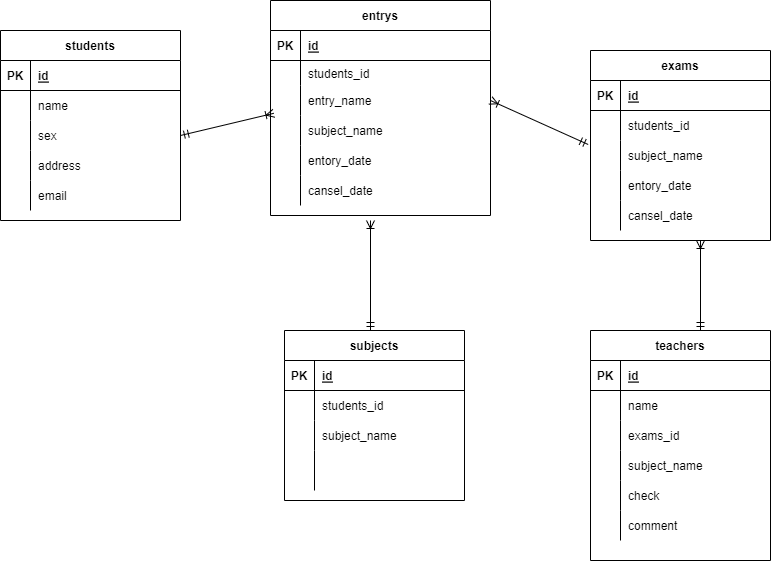
Above: index.drawio.png in yuuseijuri/20220804ozawa (draw.io), before the change. Source tidied: cells renumbered, new cells last; positions are measured from the earlier drawing's top-left corner, leaving out a move shared by most shapes.
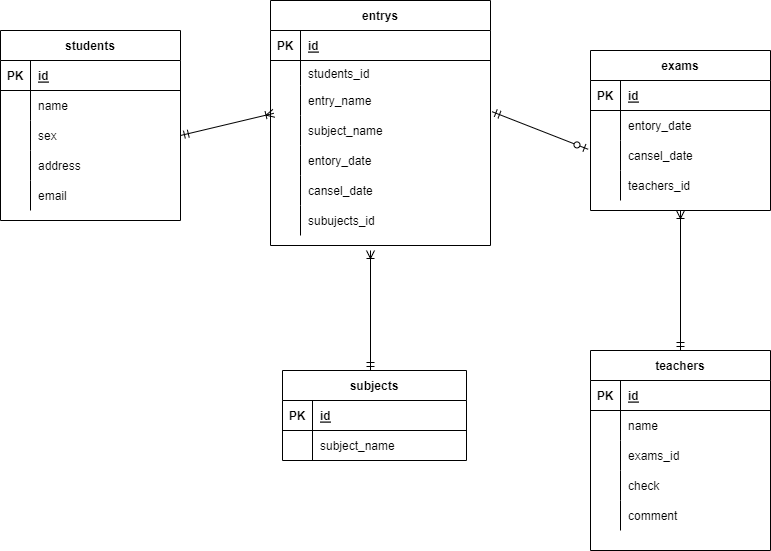
The same file after the commit.

Change to the diagram source:
```diff
@@ -51,7 +51,7 @@
       <mxGeometry x="30" width="150" height="30" as="geometry" />
     </mxCell>
     <mxCell id="18" value="entrys" style="shape=table;startSize=30;rowLines=0;fontStyle=1;align=center;" parent="1" vertex="1">
-      <mxGeometry x="270" width="220" height="215" as="geometry" />
+      <mxGeometry x="270" width="220" height="245" as="geometry" />
     </mxCell>
     <mxCell id="19" style="shape=partialRectangle;fillColor=none;top=0;left=0;bottom=1;right=0;" parent="18" vertex="1">
       <mxGeometry y="30" width="220" height="30" as="geometry" />
@@ -107,47 +107,38 @@
     <mxCell id="36" value="cansel_date" style="shape=partialRectangle;fillColor=none;top=0;left=0;bottom=0;right=0;align=left;spacingLeft=6;overflow=hidden;" parent="34" vertex="1">
       <mxGeometry x="30" width="190" height="30" as="geometry" />
     </mxCell>
+    <mxCell id="89" style="shape=partialRectangle;fillColor=none;top=0;left=0;bottom=0;right=0;" parent="18" vertex="1">
+      <mxGeometry y="205" width="220" height="30" as="geometry" />
+    </mxCell>
+    <mxCell id="90" style="shape=partialRectangle;fillColor=none;top=0;left=0;bottom=0;right=0;overflow=hidden;" parent="89" vertex="1">
+      <mxGeometry width="30" height="30" as="geometry" />
+    </mxCell>
+    <mxCell id="91" value="subujects_id" style="shape=partialRectangle;fillColor=none;top=0;left=0;bottom=0;right=0;align=left;spacingLeft=6;overflow=hidden;" parent="89" vertex="1">
+      <mxGeometry x="30" width="190" height="30" as="geometry" />
+    </mxCell>
     <mxCell id="37" value="subjects" style="shape=table;startSize=30;rowLines=0;fontStyle=1;align=center;" parent="1" vertex="1">
-      <mxGeometry x="284" y="330" width="180" height="170" as="geometry" />
+      <mxGeometry x="282" y="370" width="184" height="90" as="geometry" />
     </mxCell>
     <mxCell id="38" style="shape=partialRectangle;fillColor=none;top=0;left=0;bottom=1;right=0;" parent="37" vertex="1">
-      <mxGeometry y="30" width="180" height="30" as="geometry" />
+      <mxGeometry y="30" width="184" height="30" as="geometry" />
     </mxCell>
     <mxCell id="39" value="PK" style="shape=partialRectangle;fillColor=none;top=0;left=0;bottom=0;right=0;fontStyle=1;overflow=hidden;" parent="38" vertex="1">
       <mxGeometry width="30" height="30" as="geometry" />
     </mxCell>
     <mxCell id="40" value="id" style="shape=partialRectangle;fillColor=none;top=0;left=0;bottom=0;right=0;align=left;spacingLeft=6;fontStyle=5;overflow=hidden;" parent="38" vertex="1">
-      <mxGeometry x="30" width="150" height="30" as="geometry" />
+      <mxGeometry x="30" width="154" height="30" as="geometry" />
     </mxCell>
-    <mxCell id="41" style="shape=partialRectangle;fillColor=none;top=0;left=0;bottom=0;right=0;" parent="37" vertex="1">
-      <mxGeometry y="60" width="180" height="30" as="geometry" />
-    </mxCell>
-    <mxCell id="42" style="shape=partialRectangle;fillColor=none;top=0;left=0;bottom=0;right=0;overflow=hidden;" parent="41" vertex="1">
-      <mxGeometry width="30" height="30" as="geometry" />
-    </mxCell>
-    <mxCell id="43" value="students_id" style="shape=partialRectangle;fillColor=none;top=0;left=0;bottom=0;right=0;align=left;spacingLeft=6;overflow=hidden;" parent="41" vertex="1">
-      <mxGeometry x="30" width="150" height="30" as="geometry" />
-    </mxCell>
     <mxCell id="44" style="shape=partialRectangle;fillColor=none;top=0;left=0;bottom=0;right=0;" parent="37" vertex="1">
-      <mxGeometry y="90" width="180" height="30" as="geometry" />
+      <mxGeometry y="60" width="184" height="30" as="geometry" />
     </mxCell>
     <mxCell id="45" style="shape=partialRectangle;fillColor=none;top=0;left=0;bottom=0;right=0;overflow=hidden;" parent="44" vertex="1">
       <mxGeometry width="30" height="30" as="geometry" />
     </mxCell>
     <mxCell id="46" value="subject_name" style="shape=partialRectangle;fillColor=none;top=0;left=0;bottom=0;right=0;align=left;spacingLeft=6;overflow=hidden;" parent="44" vertex="1">
-      <mxGeometry x="30" width="150" height="30" as="geometry" />
+      <mxGeometry x="30" width="154" height="30" as="geometry" />
     </mxCell>
-    <mxCell id="47" style="shape=partialRectangle;fillColor=none;top=0;left=0;bottom=0;right=0;" parent="37" vertex="1">
-      <mxGeometry y="120" width="180" height="40" as="geometry" />
-    </mxCell>
-    <mxCell id="48" style="shape=partialRectangle;fillColor=none;top=0;left=0;bottom=0;right=0;overflow=hidden;" parent="47" vertex="1">
-      <mxGeometry width="30" height="40" as="geometry" />
-    </mxCell>
-    <mxCell id="49" style="shape=partialRectangle;fillColor=none;top=0;left=0;bottom=0;right=0;align=left;spacingLeft=6;overflow=hidden;" parent="47" vertex="1">
-      <mxGeometry x="30" width="150" height="40" as="geometry" />
-    </mxCell>
     <mxCell id="50" value="teachers" style="shape=table;startSize=30;rowLines=0;fontStyle=1;align=center;" parent="1" vertex="1">
-      <mxGeometry x="590" y="330" width="180" height="230" as="geometry" />
+      <mxGeometry x="590" y="350" width="180" height="200" as="geometry" />
     </mxCell>
     <mxCell id="51" style="shape=partialRectangle;fillColor=none;top=0;left=0;bottom=1;right=0;" parent="50" vertex="1">
       <mxGeometry y="30" width="180" height="30" as="geometry" />
@@ -176,17 +167,8 @@
     <mxCell id="59" value="exams_id" style="shape=partialRectangle;fillColor=none;top=0;left=0;bottom=0;right=0;align=left;spacingLeft=6;overflow=hidden;" parent="57" vertex="1">
       <mxGeometry x="30" width="150" height="30" as="geometry" />
     </mxCell>
-    <mxCell id="60" style="shape=partialRectangle;fillColor=none;top=0;left=0;bottom=0;right=0;" parent="50" vertex="1">
-      <mxGeometry y="120" width="180" height="30" as="geometry" />
-    </mxCell>
-    <mxCell id="61" style="shape=partialRectangle;fillColor=none;top=0;left=0;bottom=0;right=0;overflow=hidden;" parent="60" vertex="1">
-      <mxGeometry width="30" height="30" as="geometry" />
-    </mxCell>
-    <mxCell id="62" value="subject_name" style="shape=partialRectangle;fillColor=none;top=0;left=0;bottom=0;right=0;align=left;spacingLeft=6;overflow=hidden;" parent="60" vertex="1">
-      <mxGeometry x="30" width="150" height="30" as="geometry" />
-    </mxCell>
     <mxCell id="63" style="shape=partialRectangle;fillColor=none;top=0;left=0;bottom=0;right=0;" parent="50" vertex="1">
-      <mxGeometry y="150" width="180" height="30" as="geometry" />
+      <mxGeometry y="120" width="180" height="30" as="geometry" />
     </mxCell>
     <mxCell id="64" style="shape=partialRectangle;fillColor=none;top=0;left=0;bottom=0;right=0;overflow=hidden;" parent="63" vertex="1">
       <mxGeometry width="30" height="30" as="geometry" />
@@ -195,7 +177,7 @@
       <mxGeometry x="30" width="150" height="30" as="geometry" />
     </mxCell>
     <mxCell id="66" style="shape=partialRectangle;fillColor=none;top=0;left=0;bottom=0;right=0;" parent="50" vertex="1">
-      <mxGeometry y="180" width="180" height="30" as="geometry" />
+      <mxGeometry y="150" width="180" height="30" as="geometry" />
     </mxCell>
     <mxCell id="67" style="shape=partialRectangle;fillColor=none;top=0;left=0;bottom=0;right=0;overflow=hidden;" parent="66" vertex="1">
       <mxGeometry width="30" height="30" as="geometry" />
@@ -204,7 +186,7 @@
       <mxGeometry x="30" width="150" height="30" as="geometry" />
     </mxCell>
     <mxCell id="69" value="exams" style="shape=table;startSize=30;rowLines=0;fontStyle=1;align=center;" parent="1" vertex="1">
-      <mxGeometry x="590" y="50" width="180" height="190" as="geometry" />
+      <mxGeometry x="590" y="50" width="180" height="160" as="geometry" />
     </mxCell>
     <mxCell id="70" style="shape=partialRectangle;fillColor=none;top=0;left=0;bottom=1;right=0;" parent="69" vertex="1">
       <mxGeometry y="30" width="180" height="30" as="geometry" />
@@ -215,26 +197,8 @@
     <mxCell id="72" value="id" style="shape=partialRectangle;fillColor=none;top=0;left=0;bottom=0;right=0;align=left;spacingLeft=6;fontStyle=5;overflow=hidden;" parent="70" vertex="1">
       <mxGeometry x="30" width="150" height="30" as="geometry" />
     </mxCell>
-    <mxCell id="73" style="shape=partialRectangle;fillColor=none;top=0;left=0;bottom=0;right=0;points=[[0,0.5],[1,0.5]];portConstraint=eastwest;" parent="69" vertex="1">
-      <mxGeometry y="60" width="180" height="30" as="geometry" />
-    </mxCell>
-    <mxCell id="74" style="shape=partialRectangle;fillColor=none;top=0;left=0;bottom=0;right=0;overflow=hidden;" parent="73" vertex="1">
-      <mxGeometry width="30" height="30" as="geometry" />
-    </mxCell>
-    <mxCell id="75" value="students_id" style="shape=partialRectangle;fillColor=none;top=0;left=0;bottom=0;right=0;align=left;spacingLeft=6;overflow=hidden;" parent="73" vertex="1">
-      <mxGeometry x="30" width="150" height="30" as="geometry" />
-    </mxCell>
-    <mxCell id="76" style="shape=partialRectangle;fillColor=none;top=0;left=0;bottom=0;right=0;" parent="69" vertex="1">
-      <mxGeometry y="90" width="180" height="30" as="geometry" />
-    </mxCell>
-    <mxCell id="77" style="shape=partialRectangle;fillColor=none;top=0;left=0;bottom=0;right=0;overflow=hidden;" parent="76" vertex="1">
-      <mxGeometry width="30" height="30" as="geometry" />
-    </mxCell>
-    <mxCell id="78" value="subject_name" style="shape=partialRectangle;fillColor=none;top=0;left=0;bottom=0;right=0;align=left;spacingLeft=6;overflow=hidden;" parent="76" vertex="1">
-      <mxGeometry x="30" width="150" height="30" as="geometry" />
-    </mxCell>
     <mxCell id="79" style="shape=partialRectangle;fillColor=none;top=0;left=0;bottom=0;right=0;" parent="69" vertex="1">
-      <mxGeometry y="120" width="180" height="30" as="geometry" />
+      <mxGeometry y="60" width="180" height="30" as="geometry" />
     </mxCell>
     <mxCell id="80" style="shape=partialRectangle;fillColor=none;top=0;left=0;bottom=0;right=0;overflow=hidden;" parent="79" vertex="1">
       <mxGeometry width="30" height="30" as="geometry" />
@@ -243,7 +207,7 @@
       <mxGeometry x="30" width="150" height="30" as="geometry" />
     </mxCell>
     <mxCell id="82" style="shape=partialRectangle;fillColor=none;top=0;left=0;bottom=0;right=0;points=[[0,0.5],[1,0.5]];portConstraint=eastwest;" parent="69" vertex="1">
-      <mxGeometry y="150" width="180" height="30" as="geometry" />
+      <mxGeometry y="90" width="180" height="30" as="geometry" />
     </mxCell>
     <mxCell id="83" style="shape=partialRectangle;fillColor=none;top=0;left=0;bottom=0;right=0;overflow=hidden;" parent="82" vertex="1">
       <mxGeometry width="30" height="30" as="geometry" />
@@ -251,23 +215,34 @@
     <mxCell id="84" value="cansel_date" style="shape=partialRectangle;fillColor=none;top=0;left=0;bottom=0;right=0;align=left;spacingLeft=6;overflow=hidden;" parent="82" vertex="1">
       <mxGeometry x="30" width="150" height="30" as="geometry" />
     </mxCell>
+    <mxCell id="60" style="shape=partialRectangle;fillColor=none;top=0;left=0;bottom=0;right=0;" parent="69" vertex="1">
+      <mxGeometry y="120" width="180" height="30" as="geometry" />
+    </mxCell>
+    <mxCell id="92" style="shape=partialRectangle;fillColor=none;top=0;left=0;bottom=0;right=0;overflow=hidden;" parent="60" vertex="1">
+      <mxGeometry width="30" height="30" as="geometry" />
+    </mxCell>
+    <mxCell id="93" value="teachers_id" style="shape=partialRectangle;fillColor=none;top=0;left=0;bottom=0;right=0;align=left;spacingLeft=6;overflow=hidden;" parent="60" vertex="1">
+      <mxGeometry x="30" width="150" height="30" as="geometry" />
+    </mxCell>
-    <mxCell id="85" style="fontSize=12;html=1;endArrow=ERoneToMany;startArrow=ERmandOne;" parent="1" edge="1">
-      <mxGeometry relative="1" as="geometry">
-        <mxPoint x="700" y="330" as="sourcePoint" />
-        <mxPoint x="700" y="240" as="targetPoint" />
-      </mxGeometry>
+    <mxCell id="85" style="fontSize=12;html=1;endArrow=ERoneToMany;startArrow=ERmandOne;exitX=0.5;exitY=0;exitDx=0;exitDy=0;entryX=0.5;entryY=1;entryDx=0;entryDy=0;" parent="1" edge="1" source="50" target="69">
+      <mxGeometry relative="1" as="geometry" />
     </mxCell>
     <mxCell id="86" style="fontSize=12;html=1;endArrow=ERoneToMany;startArrow=ERmandOne;exitX=1;exitY=0.5;exitDx=0;exitDy=0;entryX=0.015;entryY=-0.073;entryDx=0;entryDy=0;entryPerimeter=0;" parent="1" edge="1" source="9" target="28">
       <mxGeometry relative="1" as="geometry" />
     </mxCell>
-    <mxCell id="87" style="fontSize=12;html=1;endArrow=ERoneToMany;startArrow=ERmandOne;entryX=1;entryY=0.5;entryDx=0;entryDy=0;exitX=-0.013;exitY=1.133;exitDx=0;exitDy=0;exitPerimeter=0;" parent="1" edge="1" source="73" target="25">
-      <mxGeometry relative="1" as="geometry" />
-    </mxCell>
     <mxCell id="88" style="fontSize=12;html=1;endArrow=ERoneToMany;startArrow=ERmandOne;" parent="1" edge="1">
       <mxGeometry relative="1" as="geometry">
-        <mxPoint x="370" y="330" as="sourcePoint" />
-        <mxPoint x="370" y="220" as="targetPoint" />
+        <mxPoint x="370" y="370" as="sourcePoint" />
+        <mxPoint x="370" y="250" as="targetPoint" />
       </mxGeometry>
     </mxCell>
+    <mxCell id="94" style="fontSize=12;html=1;endArrow=ERzeroToOne;startArrow=ERmandOne;entryX=0;entryY=0.5;entryDx=0;entryDy=0;" parent="1" edge="1" target="x">
+      <mxGeometry relative="1" as="geometry">
+        <mxPoint x="490" y="113" as="sourcePoint" />
+      </mxGeometry>
+    </mxCell>
+    <mxCell id="95" style="fontSize=12;html=1;endArrow=ERzeroToOne;startArrow=ERmandOne;entryX=-0.013;entryY=0.293;entryDx=0;entryDy=0;entryPerimeter=0;exitX=1.007;exitY=0.873;exitDx=0;exitDy=0;exitPerimeter=0;" parent="1" edge="1" source="25" target="82">
+      <mxGeometry relative="1" as="geometry" />
+    </mxCell>
   </root>
 </mxGraphModel>
```
